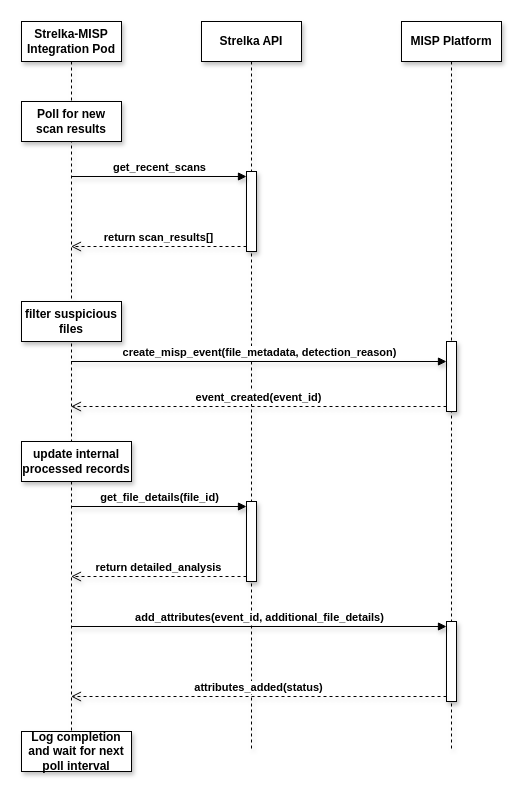
Earlier version of the draw.io diagram strelka-misp-integration Diagram.drawio (EskilAl/Obsidian). Source tidied: cells renumbered, new cells numbered last; positions are measured from the earlier drawing's top-left corner, leaving out a move shared by most shapes. Both pictures are drawn from the tidied source at 100%, with x=0, y=0 at pixel (21, 21).
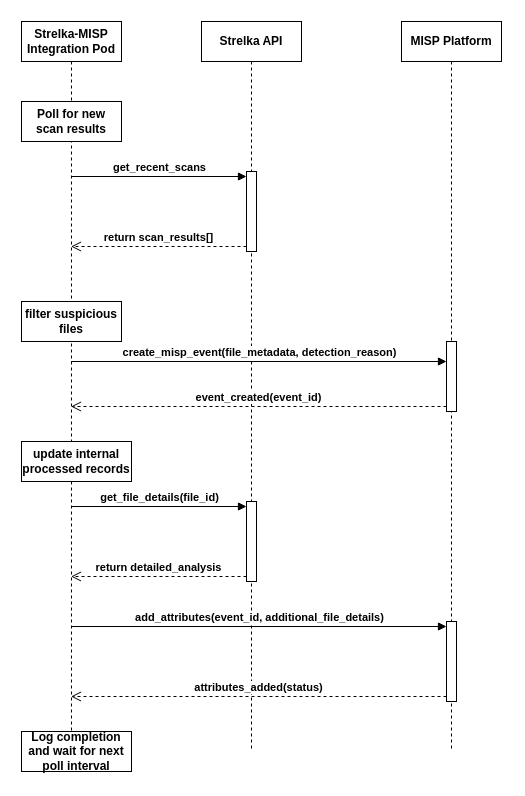
After the change.

Change to the diagram source:
```diff
@@
-    <mxCell id="2" value="Strelka-MISP Integration Pod" style="shape=umlLifeline;perimeter=lifelinePerimeter;whiteSpace=wrap;html=1;outlineConnect=0;portConstraint=eastwest;newEdgeStyle={&quot;edgeStyle&quot;:&quot;elbowEdgeStyle&quot;,&quot;elbow&quot;:&quot;vertical&quot;,&quot;curved&quot;:0,&quot;rounded&quot;:0};fontStyle=1;shadow=1;" parent="1" vertex="1">
+    <mxCell id="2" value="Strelka-MISP Integration Pod" style="shape=umlLifeline;perimeter=lifelinePerimeter;whiteSpace=wrap;html=1;outlineConnect=0;portConstraint=eastwest;newEdgeStyle={&quot;edgeStyle&quot;:&quot;elbowEdgeStyle&quot;,&quot;elbow&quot;:&quot;vertical&quot;,&quot;curved&quot;:0,&quot;rounded&quot;:0};fontStyle=1;shadow=0;" parent="1" vertex="1">
       <mxGeometry width="100" height="730" as="geometry" />
     </mxCell>
-    <mxCell id="3" value="Strelka API" style="shape=umlLifeline;perimeter=lifelinePerimeter;whiteSpace=wrap;html=1;newEdgeStyle={&quot;edgeStyle&quot;:&quot;elbowEdgeStyle&quot;,&quot;elbow&quot;:&quot;vertical&quot;,&quot;curved&quot;:0,&quot;rounded&quot;:0};fontStyle=1;shadow=1;" parent="1" vertex="1">
+    <mxCell id="3" value="Strelka API" style="shape=umlLifeline;perimeter=lifelinePerimeter;whiteSpace=wrap;html=1;newEdgeStyle={&quot;edgeStyle&quot;:&quot;elbowEdgeStyle&quot;,&quot;elbow&quot;:&quot;vertical&quot;,&quot;curved&quot;:0,&quot;rounded&quot;:0};fontStyle=1;shadow=0;" parent="1" vertex="1">
       <mxGeometry x="180" width="100" height="730" as="geometry" />
     </mxCell>
-    <mxCell id="4" style="html=1;points=[[0,0,0,0,5],[0,1,0,0,-5],[1,0,0,0,5],[1,1,0,0,-5]];perimeter=orthogonalPerimeter;outlineConnect=0;targetShapes=umlLifeline;portConstraint=eastwest;newEdgeStyle={&quot;curved&quot;:0,&quot;rounded&quot;:0};fontStyle=1;shadow=1;" parent="3" vertex="1">
+    <mxCell id="4" style="html=1;points=[[0,0,0,0,5],[0,1,0,0,-5],[1,0,0,0,5],[1,1,0,0,-5]];perimeter=orthogonalPerimeter;outlineConnect=0;targetShapes=umlLifeline;portConstraint=eastwest;newEdgeStyle={&quot;curved&quot;:0,&quot;rounded&quot;:0};fontStyle=1;shadow=0;" parent="3" vertex="1">
       <mxGeometry x="45" y="480" width="10" height="80" as="geometry" />
     </mxCell>
-    <mxCell id="5" style="html=1;points=[[0,0,0,0,5],[0,1,0,0,-5],[1,0,0,0,5],[1,1,0,0,-5]];perimeter=orthogonalPerimeter;outlineConnect=0;targetShapes=umlLifeline;portConstraint=eastwest;newEdgeStyle={&quot;curved&quot;:0,&quot;rounded&quot;:0};fontStyle=1;shadow=1;" parent="3" vertex="1">
+    <mxCell id="5" style="html=1;points=[[0,0,0,0,5],[0,1,0,0,-5],[1,0,0,0,5],[1,1,0,0,-5]];perimeter=orthogonalPerimeter;outlineConnect=0;targetShapes=umlLifeline;portConstraint=eastwest;newEdgeStyle={&quot;curved&quot;:0,&quot;rounded&quot;:0};fontStyle=1;shadow=0;" parent="3" vertex="1">
       <mxGeometry x="45" y="150" width="10" height="80" as="geometry" />
     </mxCell>
-    <mxCell id="6" value="MISP Platform" style="shape=umlLifeline;perimeter=lifelinePerimeter;whiteSpace=wrap;html=1;newEdgeStyle={&quot;edgeStyle&quot;:&quot;elbowEdgeStyle&quot;,&quot;elbow&quot;:&quot;vertical&quot;,&quot;curved&quot;:0,&quot;rounded&quot;:0};fontStyle=1;shadow=1;" parent="1" vertex="1">
+    <mxCell id="6" value="MISP Platform" style="shape=umlLifeline;perimeter=lifelinePerimeter;whiteSpace=wrap;html=1;newEdgeStyle={&quot;edgeStyle&quot;:&quot;elbowEdgeStyle&quot;,&quot;elbow&quot;:&quot;vertical&quot;,&quot;curved&quot;:0,&quot;rounded&quot;:0};fontStyle=1;shadow=0;" parent="1" vertex="1">
       <mxGeometry x="380" width="100" height="730" as="geometry" />
     </mxCell>
-    <mxCell id="7" style="html=1;points=[[0,0,0,0,5],[0,1,0,0,-5],[1,0,0,0,5],[1,1,0,0,-5]];perimeter=orthogonalPerimeter;outlineConnect=0;targetShapes=umlLifeline;portConstraint=eastwest;newEdgeStyle={&quot;curved&quot;:0,&quot;rounded&quot;:0};fontStyle=1;shadow=1;" parent="6" vertex="1">
+    <mxCell id="7" style="html=1;points=[[0,0,0,0,5],[0,1,0,0,-5],[1,0,0,0,5],[1,1,0,0,-5]];perimeter=orthogonalPerimeter;outlineConnect=0;targetShapes=umlLifeline;portConstraint=eastwest;newEdgeStyle={&quot;curved&quot;:0,&quot;rounded&quot;:0};fontStyle=1;shadow=0;" parent="6" vertex="1">
       <mxGeometry x="45" y="320" width="10" height="70" as="geometry" />
     </mxCell>
-    <mxCell id="8" style="html=1;points=[[0,0,0,0,5],[0,1,0,0,-5],[1,0,0,0,5],[1,1,0,0,-5]];perimeter=orthogonalPerimeter;outlineConnect=0;targetShapes=umlLifeline;portConstraint=eastwest;newEdgeStyle={&quot;curved&quot;:0,&quot;rounded&quot;:0};fontStyle=1;shadow=1;" parent="6" vertex="1">
+    <mxCell id="8" style="html=1;points=[[0,0,0,0,5],[0,1,0,0,-5],[1,0,0,0,5],[1,1,0,0,-5]];perimeter=orthogonalPerimeter;outlineConnect=0;targetShapes=umlLifeline;portConstraint=eastwest;newEdgeStyle={&quot;curved&quot;:0,&quot;rounded&quot;:0};fontStyle=1;shadow=0;" parent="6" vertex="1">
       <mxGeometry x="45" y="600" width="10" height="80" as="geometry" />
     </mxCell>
-    <mxCell id="9" value="Poll for new scan results" style="rounded=0;whiteSpace=wrap;html=1;fontStyle=1;shadow=1;" parent="1" vertex="1">
+    <mxCell id="9" value="Poll for new scan results" style="rounded=0;whiteSpace=wrap;html=1;fontStyle=1;shadow=0;" parent="1" vertex="1">
       <mxGeometry y="80" width="100" height="40" as="geometry" />
     </mxCell>
-    <mxCell id="10" value="&lt;div&gt;update internal&lt;/div&gt;&lt;div&gt;processed records&lt;/div&gt;" style="rounded=0;whiteSpace=wrap;html=1;fontStyle=1;shadow=1;" parent="1" vertex="1">
+    <mxCell id="10" value="&lt;div&gt;update internal&lt;/div&gt;&lt;div&gt;processed records&lt;/div&gt;" style="rounded=0;whiteSpace=wrap;html=1;fontStyle=1;shadow=0;" parent="1" vertex="1">
       <mxGeometry y="420" width="110" height="40" as="geometry" />
     </mxCell>
-    <mxCell id="11" value="create_misp_event(file_metadata, detection_reason)" style="html=1;verticalAlign=bottom;endArrow=block;curved=0;rounded=0;entryX=0;entryY=0;entryDx=0;entryDy=5;fontStyle=1;shadow=1;" parent="1" edge="1">
+    <mxCell id="11" value="create_misp_event(file_metadata, detection_reason)" style="html=1;verticalAlign=bottom;endArrow=block;curved=0;rounded=0;entryX=0;entryY=0;entryDx=0;entryDy=5;fontStyle=1;shadow=0;" parent="1" edge="1">
       <mxGeometry relative="1" as="geometry">
         <mxPoint x="49.5" y="340" as="sourcePoint" />
         <mxPoint x="425" y="340" as="targetPoint" />
       </mxGeometry>
     </mxCell>
-    <mxCell id="12" value="&lt;div&gt;event_created(event_id)&lt;/div&gt;" style="html=1;verticalAlign=bottom;endArrow=open;dashed=1;endSize=8;curved=0;rounded=0;exitX=0;exitY=1;exitDx=0;exitDy=-5;fontStyle=1;shadow=1;" parent="1" edge="1" source="7" target="2">
+    <mxCell id="12" value="&lt;div&gt;event_created(event_id)&lt;/div&gt;" style="html=1;verticalAlign=bottom;endArrow=open;dashed=1;endSize=8;curved=0;rounded=0;exitX=0;exitY=1;exitDx=0;exitDy=-5;fontStyle=1;shadow=0;" parent="1" edge="1" source="7" target="2">
       <mxGeometry relative="1" as="geometry" />
     </mxCell>
-    <mxCell id="13" value="filter suspicious files" style="rounded=0;whiteSpace=wrap;html=1;fontStyle=1;shadow=1;" parent="1" vertex="1">
+    <mxCell id="13" value="filter suspicious files" style="rounded=0;whiteSpace=wrap;html=1;fontStyle=1;shadow=0;" parent="1" vertex="1">
       <mxGeometry y="280" width="100" height="40" as="geometry" />
     </mxCell>
-    <mxCell id="14" value="get_file_details(file_id)" style="html=1;verticalAlign=bottom;endArrow=block;curved=0;rounded=0;entryX=0;entryY=0;entryDx=0;entryDy=5;fontStyle=1;shadow=1;" parent="1" edge="1" source="2" target="4">
+    <mxCell id="14" value="get_file_details(file_id)" style="html=1;verticalAlign=bottom;endArrow=block;curved=0;rounded=0;entryX=0;entryY=0;entryDx=0;entryDy=5;fontStyle=1;shadow=0;" parent="1" edge="1" source="2" target="4">
       <mxGeometry relative="1" as="geometry" />
     </mxCell>
-    <mxCell id="15" value="return detailed_analysis" style="html=1;verticalAlign=bottom;endArrow=open;dashed=1;endSize=8;curved=0;rounded=0;exitX=0;exitY=1;exitDx=0;exitDy=-5;fontStyle=1;shadow=1;" parent="1" edge="1" source="4" target="2">
+    <mxCell id="15" value="return detailed_analysis" style="html=1;verticalAlign=bottom;endArrow=open;dashed=1;endSize=8;curved=0;rounded=0;exitX=0;exitY=1;exitDx=0;exitDy=-5;fontStyle=1;shadow=0;" parent="1" edge="1" source="4" target="2">
       <mxGeometry relative="1" as="geometry" />
     </mxCell>
-    <mxCell id="16" value="add_attributes(event_id, additional_file_details)" style="html=1;verticalAlign=bottom;endArrow=block;curved=0;rounded=0;entryX=0;entryY=0;entryDx=0;entryDy=5;fontStyle=1;shadow=1;" parent="1" edge="1" source="2" target="8">
+    <mxCell id="16" value="add_attributes(event_id, additional_file_details)" style="html=1;verticalAlign=bottom;endArrow=block;curved=0;rounded=0;entryX=0;entryY=0;entryDx=0;entryDy=5;fontStyle=1;shadow=0;" parent="1" edge="1" source="2" target="8">
       <mxGeometry relative="1" as="geometry" />
     </mxCell>
-    <mxCell id="17" value="attributes_added(status)" style="html=1;verticalAlign=bottom;endArrow=open;dashed=1;endSize=8;curved=0;rounded=0;exitX=0;exitY=1;exitDx=0;exitDy=-5;fontStyle=1;shadow=1;" parent="1" edge="1" source="8" target="2">
+    <mxCell id="17" value="attributes_added(status)" style="html=1;verticalAlign=bottom;endArrow=open;dashed=1;endSize=8;curved=0;rounded=0;exitX=0;exitY=1;exitDx=0;exitDy=-5;fontStyle=1;shadow=0;" parent="1" edge="1" source="8" target="2">
       <mxGeometry relative="1" as="geometry" />
     </mxCell>
-    <mxCell id="18" value="get_recent_scans" style="html=1;verticalAlign=bottom;endArrow=block;curved=0;rounded=0;entryX=0;entryY=0;entryDx=0;entryDy=5;fontStyle=1;shadow=1;" parent="1" edge="1" source="2" target="5">
+    <mxCell id="18" value="get_recent_scans" style="html=1;verticalAlign=bottom;endArrow=block;curved=0;rounded=0;entryX=0;entryY=0;entryDx=0;entryDy=5;fontStyle=1;shadow=0;" parent="1" edge="1" source="2" target="5">
       <mxGeometry relative="1" as="geometry" />
     </mxCell>
-    <mxCell id="19" value="return scan_results[]" style="html=1;verticalAlign=bottom;endArrow=open;dashed=1;endSize=8;curved=0;rounded=0;exitX=0;exitY=1;exitDx=0;exitDy=-5;fontStyle=1;shadow=1;" parent="1" edge="1" source="5" target="2">
+    <mxCell id="19" value="return scan_results[]" style="html=1;verticalAlign=bottom;endArrow=open;dashed=1;endSize=8;curved=0;rounded=0;exitX=0;exitY=1;exitDx=0;exitDy=-5;fontStyle=1;shadow=0;" parent="1" edge="1" source="5" target="2">
       <mxGeometry relative="1" as="geometry" />
     </mxCell>
-    <mxCell id="20" value="&lt;div&gt;Log completion and wait for next poll interval&lt;/div&gt;" style="rounded=0;whiteSpace=wrap;html=1;fontStyle=1;shadow=1;" parent="1" vertex="1">
+    <mxCell id="20" value="&lt;div&gt;Log completion and wait for next poll interval&lt;/div&gt;" style="rounded=0;whiteSpace=wrap;html=1;fontStyle=1;shadow=0;" parent="1" vertex="1">
       <mxGeometry y="710" width="110" height="40" as="geometry" />
     </mxCell>
```
